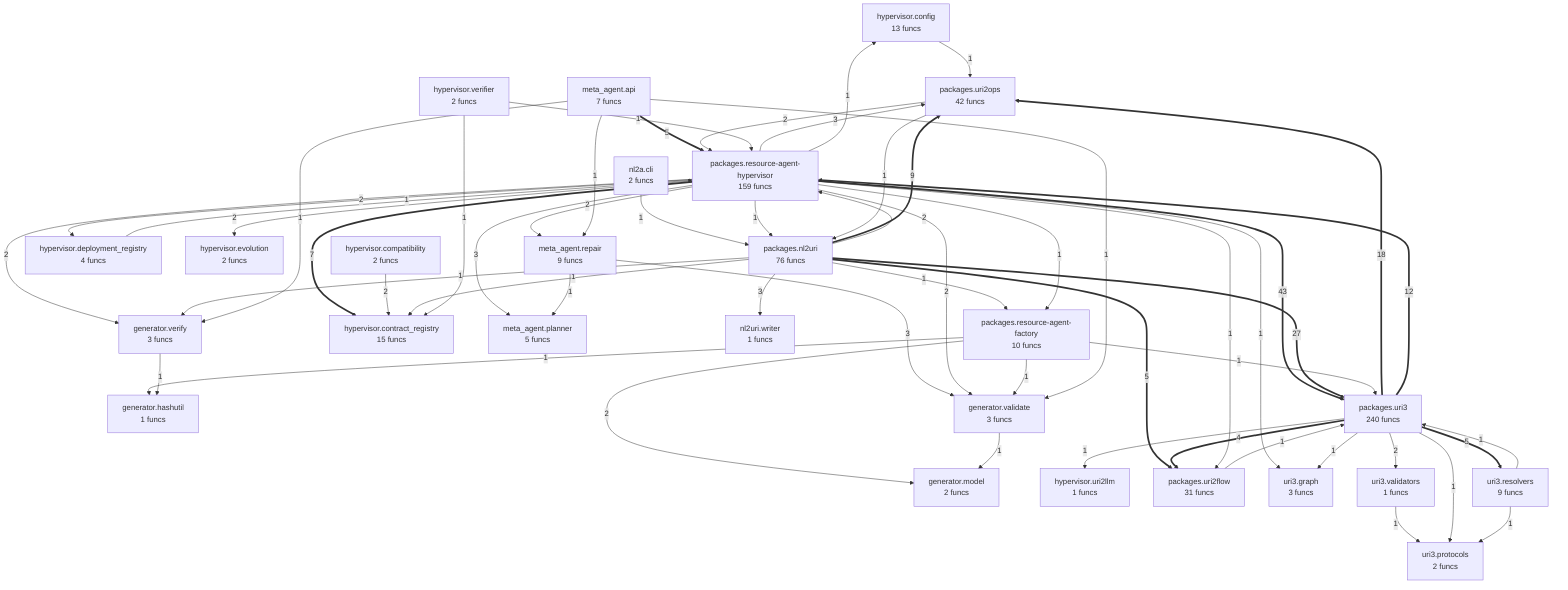
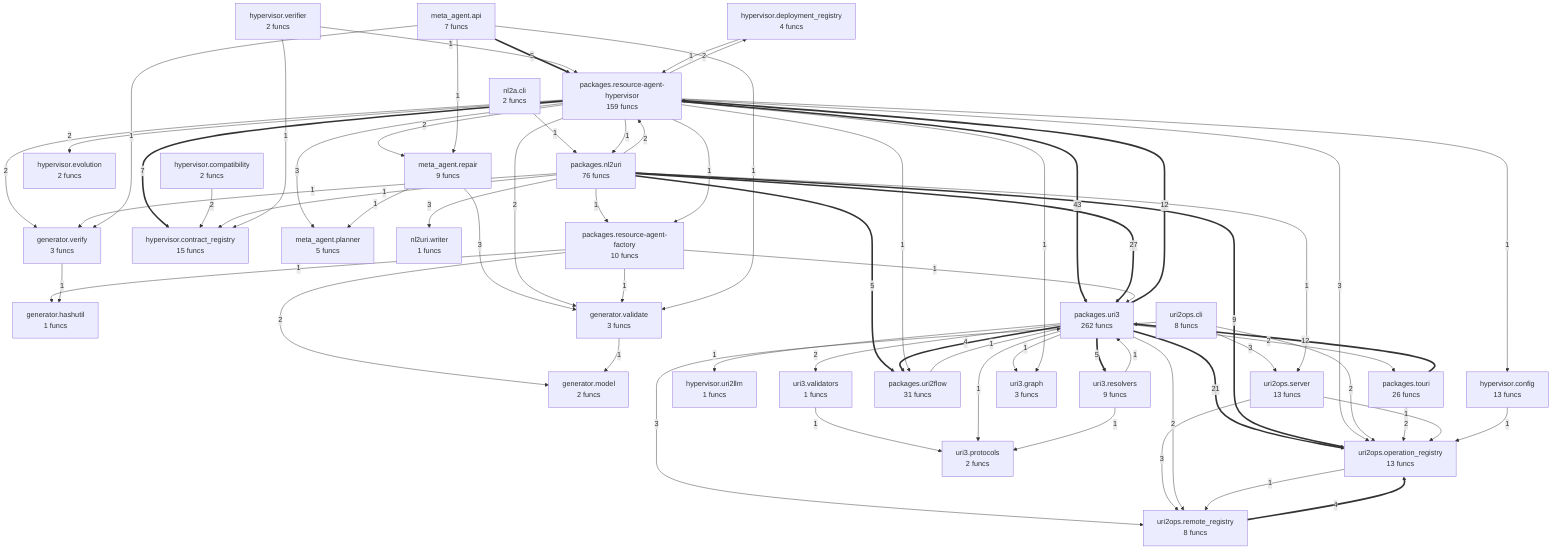
flowchart TD
- %% generated in 0.03s
+ %% generated in 0.02s
    generator__hashutil["generator.hashutil<br/>1 funcs"]
    generator__model["generator.model<br/>2 funcs"]
    generator__validate["generator.validate<br/>3 funcs"]
    generator__verify["generator.verify<br/>3 funcs"]
    hypervisor__compatibility["hypervisor.compatibility<br/>2 funcs"]
    hypervisor__config["hypervisor.config<br/>13 funcs"]
    hypervisor__contract_registry["hypervisor.contract_registry<br/>15 funcs"]
    hypervisor__deployment_registry["hypervisor.deployment_registry<br/>4 funcs"]
    hypervisor__evolution["hypervisor.evolution<br/>2 funcs"]
    hypervisor__uri2llm["hypervisor.uri2llm<br/>1 funcs"]
    hypervisor__verifier["hypervisor.verifier<br/>2 funcs"]
    meta_agent__api["meta_agent.api<br/>7 funcs"]
    meta_agent__planner["meta_agent.planner<br/>5 funcs"]
    meta_agent__repair["meta_agent.repair<br/>9 funcs"]
    nl2a__cli["nl2a.cli<br/>2 funcs"]
    nl2uri__writer["nl2uri.writer<br/>1 funcs"]
    packages__nl2uri["packages.nl2uri<br/>76 funcs"]
    packages__resource_agent_factory["packages.resource-agent-factory<br/>10 funcs"]
    packages__resource_agent_hypervisor["packages.resource-agent-hypervisor<br/>159 funcs"]
+     packages__touri["packages.touri<br/>26 funcs"]
    packages__uri2flow["packages.uri2flow<br/>31 funcs"]
-     packages__uri2ops["packages.uri2ops<br/>42 funcs"]
-     packages__uri3["packages.uri3<br/>240 funcs"]
+     packages__uri3["packages.uri3<br/>262 funcs"]
+     uri2ops__cli["uri2ops.cli<br/>8 funcs"]
+     uri2ops__operation_registry["uri2ops.operation_registry<br/>13 funcs"]
+     uri2ops__remote_registry["uri2ops.remote_registry<br/>8 funcs"]
+     uri2ops__server["uri2ops.server<br/>13 funcs"]
    uri3__graph["uri3.graph<br/>3 funcs"]
    uri3__protocols["uri3.protocols<br/>2 funcs"]
    uri3__resolvers["uri3.resolvers<br/>9 funcs"]
    uri3__validators["uri3.validators<br/>1 funcs"]
    packages__resource_agent_hypervisor ==>|43| packages__uri3
    packages__nl2uri ==>|27| packages__uri3
-     packages__uri3 ==>|18| packages__uri2ops
+     packages__uri3 ==>|21| uri2ops__operation_registry
    packages__uri3 ==>|12| packages__resource_agent_hypervisor
-     packages__nl2uri ==>|9| packages__uri2ops
+     packages__touri ==>|12| packages__uri3
+     packages__nl2uri ==>|9| uri2ops__operation_registry
    packages__resource_agent_hypervisor ==>|7| hypervisor__contract_registry
    packages__uri3 ==>|5| uri3__resolvers
+     packages__nl2uri ==>|5| packages__uri2flow
    meta_agent__api ==>|5| packages__resource_agent_hypervisor
-     packages__nl2uri ==>|5| packages__uri2flow
+     uri2ops__remote_registry ==>|4| uri2ops__operation_registry
    packages__uri3 ==>|4| packages__uri2flow
+     uri2ops__cli -->|3| uri2ops__remote_registry
+     uri2ops__cli -->|3| uri2ops__server
+     uri2ops__server -->|3| uri2ops__remote_registry
    packages__nl2uri -->|3| nl2uri__writer
    packages__resource_agent_hypervisor -->|3| meta_agent__planner
    meta_agent__repair -->|3| generator__validate
-     packages__resource_agent_hypervisor -->|3| packages__uri2ops
+     packages__resource_agent_hypervisor -->|3| uri2ops__operation_registry
+     uri2ops__cli -->|2| uri2ops__operation_registry
    packages__uri3 -->|2| uri3__validators
+     packages__uri3 -->|2| uri2ops__remote_registry
    packages__resource_agent_factory -->|2| generator__model
    packages__nl2uri -->|2| packages__resource_agent_hypervisor
    packages__resource_agent_hypervisor -->|2| generator__validate
    packages__resource_agent_hypervisor -->|2| meta_agent__repair
    packages__resource_agent_hypervisor -->|2| generator__verify
    packages__resource_agent_hypervisor -->|2| hypervisor__evolution
    packages__resource_agent_hypervisor -->|2| hypervisor__deployment_registry
    hypervisor__compatibility -->|2| hypervisor__contract_registry
-     packages__uri2ops -->|2| packages__resource_agent_hypervisor
+     packages__touri -->|2| uri2ops__operation_registry
+     packages__uri3 -->|2| packages__touri
+     uri2ops__operation_registry -->|1| uri2ops__remote_registry
+     uri2ops__server -->|1| uri2ops__operation_registry
    uri3__validators -->|1| uri3__protocols
+     packages__uri3 -->|1| uri3__graph
    packages__uri3 -->|1| uri3__protocols
    packages__uri3 -->|1| hypervisor__uri2llm
    uri3__resolvers -->|1| packages__uri3
    uri3__resolvers -->|1| uri3__protocols
+     packages__uri2flow -->|1| packages__uri3
    generator__validate -->|1| generator__model
    packages__resource_agent_factory -->|1| packages__uri3
    packages__resource_agent_factory -->|1| generator__validate
    packages__resource_agent_factory -->|1| generator__hashutil
    generator__verify -->|1| generator__hashutil
+     packages__nl2uri -->|1| uri2ops__server
    packages__nl2uri -->|1| packages__resource_agent_factory
    packages__nl2uri -->|1| hypervisor__contract_registry
    packages__nl2uri -->|1| generator__verify
    nl2a__cli -->|1| packages__nl2uri
    packages__resource_agent_hypervisor -->|1| packages__uri2flow
    meta_agent__api -->|1| generator__validate
    meta_agent__api -->|1| meta_agent__repair
    meta_agent__api -->|1| generator__verify
    packages__resource_agent_hypervisor -->|1| packages__resource_agent_factory
    meta_agent__repair -->|1| meta_agent__planner
    hypervisor__verifier -->|1| hypervisor__contract_registry
    hypervisor__verifier -->|1| packages__resource_agent_hypervisor
    packages__resource_agent_hypervisor -->|1| hypervisor__config
-     hypervisor__config -->|1| packages__uri2ops
+     hypervisor__config -->|1| uri2ops__operation_registry
    packages__resource_agent_hypervisor -->|1| uri3__graph
    packages__resource_agent_hypervisor -->|1| packages__nl2uri
    hypervisor__deployment_registry -->|1| packages__resource_agent_hypervisor
-     packages__uri3 -->|1| uri3__graph
-     packages__uri2flow -->|1| packages__uri3
-     packages__uri2ops -->|1| packages__nl2uri
